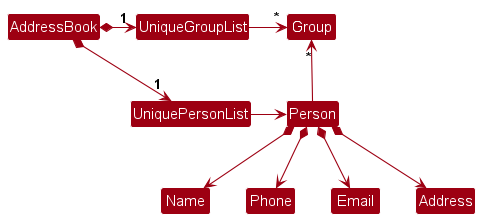
The PlantUML diagram docs/images/BetterModelClassDiagram.png in nus-cs2103-AY2324S1/tp, before a commit.
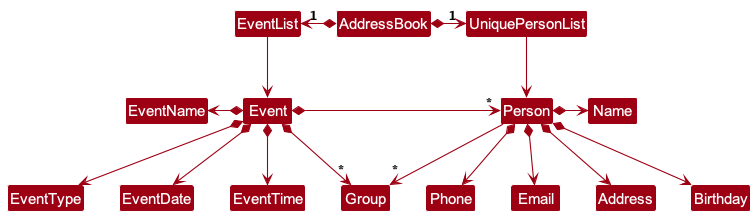
After the change.

The edit, as a diff of the source:
```diff
@@ -5,17 +5,23 @@
 skinparam classBackgroundColor MODEL_COLOR
 
 AddressBook *-right-> "1" UniquePersonList
-AddressBook *-right-> "1" UniqueGroupList
-UniqueGroupList -[hidden]down- UniquePersonList
-UniqueGroupList -[hidden]down- UniquePersonList
+AddressBook *-left-> "1" EventList
 
-UniqueGroupList -right-> "*" Group
-UniquePersonList -right-> Person
+UniquePersonList --> Person
+EventList --> Event
 
-Person -up-> "*" Group
+Person --> "*" Group
 
-Person *--> Name
+Person *-right-> Name
 Person *--> Phone
 Person *--> Email
 Person *--> Address
+Person *--> Birthday
+
+Event *-left-> EventName
+Event *--> EventType
+Event *--> EventDate
+Event *--> EventTime
+Event *--> "*" Group
+Event *-> "*" Person
 @enduml
```
